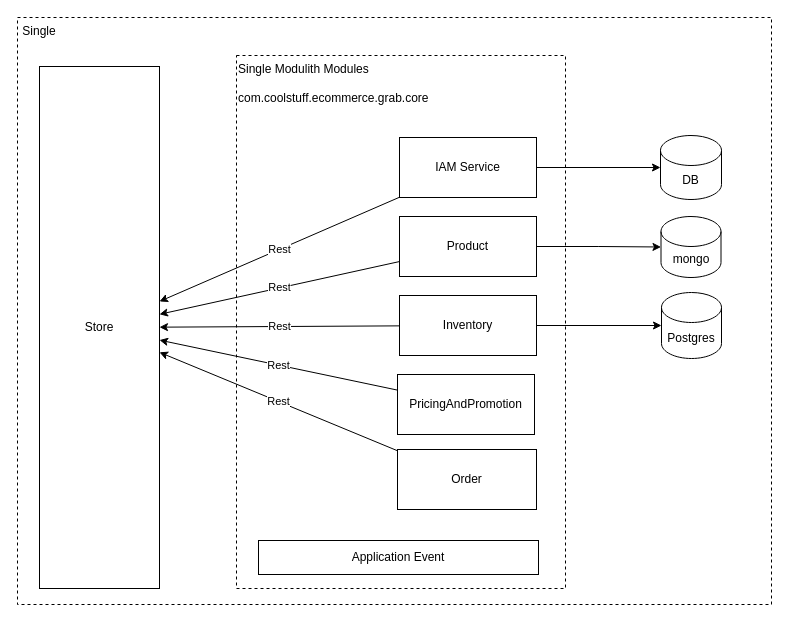
Earlier version of the draw.io diagram page "Modulith" (2 of 5) of docs/arb.drawio (khinemyaezin/grab). Source tidied: cells renumbered, new cells numbered last; positions are measured from the earlier drawing's top-left corner, leaving out a move shared by most shapes. Both pictures are drawn from the tidied source at 100%, with x=0, y=0 at pixel (17, 17).
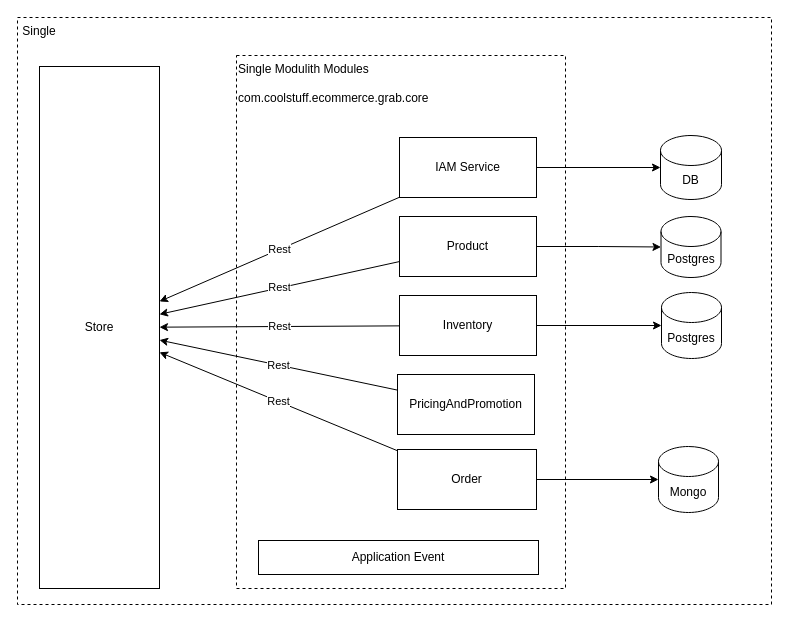
The same page after the edit.

The change refers to these unchanged cells:
```xml
<mxCell id="9" value="Order" style="whiteSpace=wrap;html=1;" parent="1" vertex="1">
  <mxGeometry x="380" y="432" width="139" height="60" as="geometry" />
</mxCell>
```

Diff of the diagram source:
```diff
@@
+    <mxCell id="22" style="edgeStyle=orthogonalEdgeStyle;rounded=0;jettySize=auto;html=1;" parent="1" edge="1" source="9" target="23">
+      <mxGeometry relative="1" as="geometry" />
+    </mxCell>
@@
-    <mxCell id="11" value="mongo" style="shape=cylinder3;whiteSpace=wrap;html=1;boundedLbl=1;backgroundOutline=1;size=15;" parent="1" vertex="1">
+    <mxCell id="11" value="Postgres" style="shape=cylinder3;whiteSpace=wrap;html=1;boundedLbl=1;backgroundOutline=1;size=15;" parent="1" vertex="1">
       <mxGeometry x="643.5" y="199" width="60" height="61" as="geometry" />
     </mxCell>
@@
+    <mxCell id="23" value="Mongo" style="shape=cylinder3;whiteSpace=wrap;html=1;boundedLbl=1;backgroundOutline=1;size=15;" parent="1" vertex="1">
+      <mxGeometry x="641" y="429" width="60" height="66" as="geometry" />
+    </mxCell>
```
